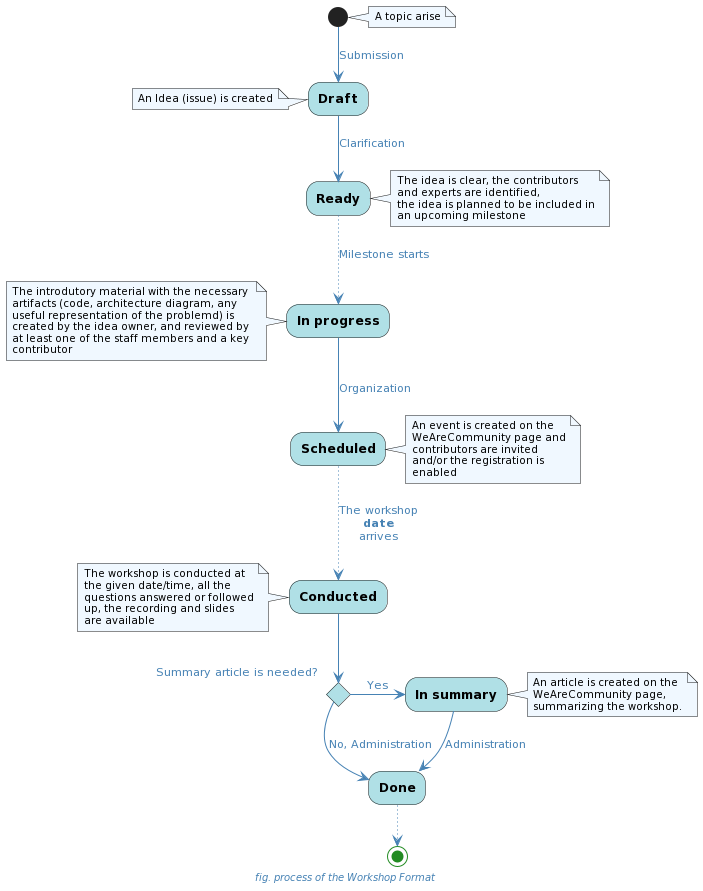
Before: docs/uml/format_workshop.png, a diagram exported from PlantUML (Idea-Pool/topics). Source of this version:
```plantuml
@startuml
skinparam defaultFontName Ubuntu Light
skinparam backgroundColor transparent

skinparam caption {
    FontColor SteelBlue
    FontStyle italic
    FontSize 10pt
}

skinparam activity {
    BackgroundColor PowderBlue
    StartColor ForestGreen
    EndColor ForestGreen
    FontStyle bold
}

skinparam arrow {
    Color SteelBlue
    FontColor SteelBlue
}

skinparam note {
    BackgroundColor AliceBlue
    FontSize 10
}

caption fig. process of the Workshop Format

note right
    A topic arise
end note

(*) -->[Submission] Draft

note left
    An Idea (issue) is created
end note

-->[Clarification] Ready

note right
    The idea is clear, the contributors
    and experts are identified,
    the idea is planned to be included in
    an upcoming milestone
end note

..>[Milestone starts] In progress

note left
    The introdutory material with the necessary
    artifacts (code, architecture diagram, any
    useful representation of the problemd) is
    created by the idea owner, and reviewed by
    at least one of the staff members and a key
    contributor
end note

-->[Organization] Scheduled

note right
    An event is created on the
    WeAreCommunity page and
    contributors are invited
    and/or the registration is
    enabled
end note

..>[The workshop\n**date**\narrives] Conducted

note left
    The workshop is conducted at
    the given date/time, all the
    questions answered or followed
    up, the recording and slides
    are available
end note

if "Summary article is needed?" then
    -right->[Yes] In summary

    note right
        An article is created on the
        WeAreCommunity page,
        summarizing the workshop.
    end note

    -->[Administration] Done
else
    -->[No, Administration] Done
endif

..> (*)
@enduml
```
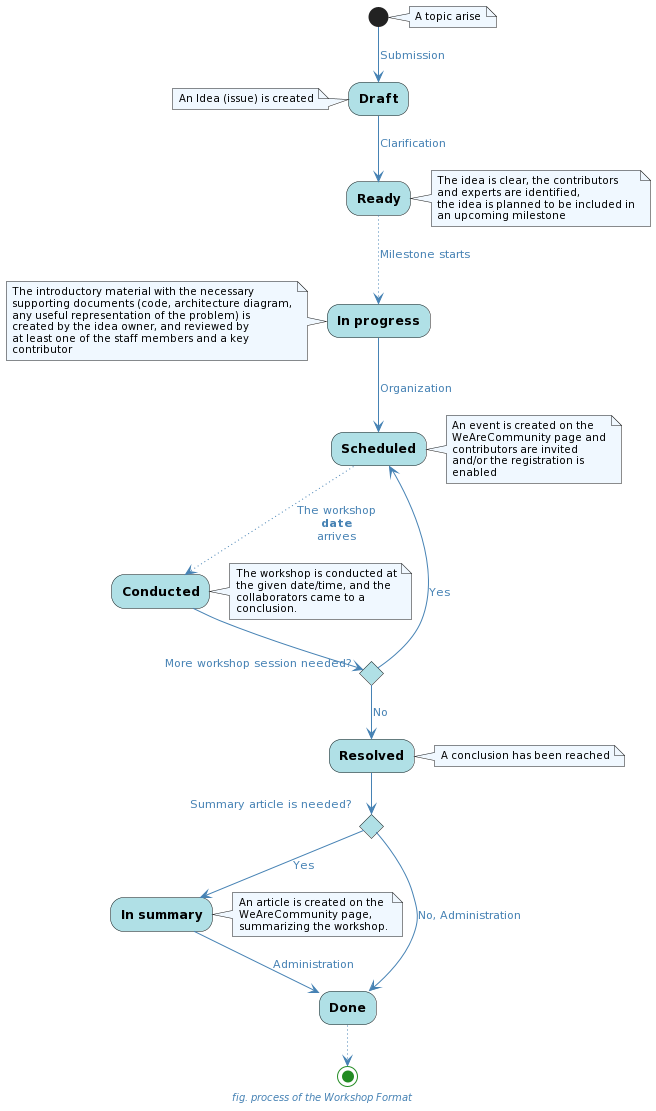
Later version of the same file.

What changed in the source:
```diff
@@ -49,9 +49,9 @@
 ..>[Milestone starts] In progress
 
 note left
-    The introdutory material with the necessary
-    artifacts (code, architecture diagram, any
-    useful representation of the problemd) is
+    The introductory material with the necessary
+    supporting documents (code, architecture diagram,
+    any useful representation of the problem) is
     created by the idea owner, and reviewed by
     at least one of the staff members and a key
     contributor
@@ -71,14 +71,22 @@
 
 note left
     The workshop is conducted at
-    the given date/time, all the
-    questions answered or followed
-    up, the recording and slides
-    are available
+    the given date/time, and the
+    collaborators came to a
+    conclusion.
 end note
 
+if "More workshop session needed?" then
+--> [Yes] Scheduled
+else
+--> [No] Resolved
+note right
+    A conclusion has been reached
+end note
+endif
+
 if "Summary article is needed?" then
-    -right->[Yes] In summary
+    -->[Yes] In summary
 
     note right
         An article is created on the
```
